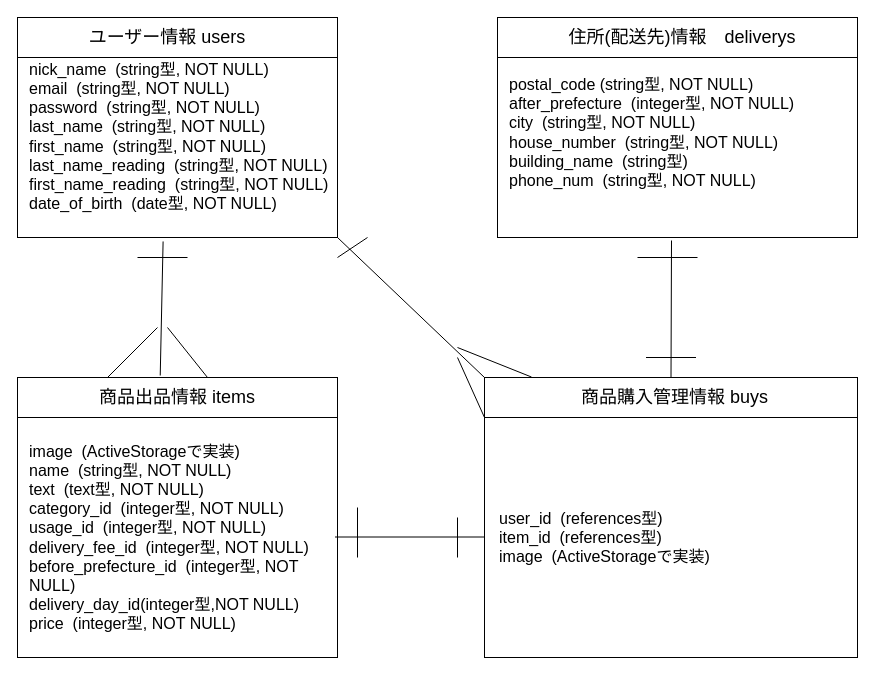
Earlier version of the draw.io diagram furima.dio (kittan-hub/furima-31661). Source tidied: cells renumbered, new cells numbered last; positions are measured from the earlier drawing's top-left corner, leaving out a move shared by most shapes. Both pictures are drawn from the tidied source at 100%, with x=0, y=0 at pixel (17, 17).
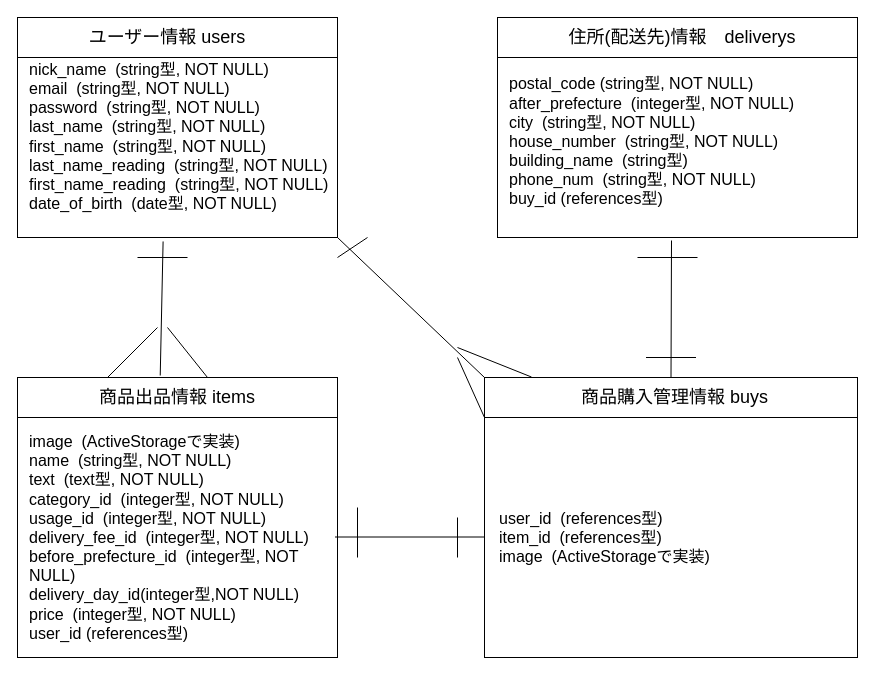
After the change.

Commit message (it also covers changes not shown here):
DB設計のER図とREADMEの修正

Diff of the diagram source:
```diff
@@
-    <mxCell id="9" value="postal_code (string型, NOT NULL)&lt;br&gt;after_prefecture&amp;nbsp; (integer型, NOT NULL)&lt;br&gt;city&amp;nbsp; (string型, NOT NULL)&lt;br&gt;house_number&amp;nbsp; (string型, NOT NULL)&lt;br&gt;building_name&amp;nbsp; (string型)&lt;br&gt;phone_num&amp;nbsp; (string型, NOT NULL)" style="text;html=1;strokeColor=none;fillColor=none;align=left;verticalAlign=middle;whiteSpace=wrap;rounded=0;fontSize=16;" parent="1" vertex="1">
-      <mxGeometry x="490" y="40" width="340" height="150" as="geometry" />
+    <mxCell id="9" value="postal_code (string型, NOT NULL)&lt;br&gt;after_prefecture&amp;nbsp; (integer型, NOT NULL)&lt;br&gt;city&amp;nbsp; (string型, NOT NULL)&lt;br&gt;house_number&amp;nbsp; (string型, NOT NULL)&lt;br&gt;building_name&amp;nbsp; (string型)&lt;br&gt;phone_num&amp;nbsp; (string型, NOT NULL)&lt;br&gt;buy_id (references型)" style="text;html=1;strokeColor=none;fillColor=none;align=left;verticalAlign=middle;whiteSpace=wrap;rounded=0;fontSize=16;" parent="1" vertex="1">
+      <mxGeometry x="490" y="49" width="340" height="150" as="geometry" />
     </mxCell>
@@
-    <mxCell id="16" value="image&amp;nbsp; (ActiveStorageで実装)&lt;br&gt;name&amp;nbsp; (string型, NOT NULL)&lt;br&gt;text&amp;nbsp; (text型, NOT NULL)&lt;br&gt;category_id&amp;nbsp; (integer型, NOT NULL)&lt;br&gt;usage_id&amp;nbsp; (integer型, NOT NULL)&lt;br&gt;delivery_fee_id&amp;nbsp; (integer型, NOT NULL)&lt;br&gt;before_prefecture_id&amp;nbsp; (integer型, NOT NULL)&lt;br&gt;delivery_day_id(integer型,NOT NULL)&lt;br&gt;price&amp;nbsp; (integer型, NOT NULL)" style="text;html=1;strokeColor=none;fillColor=none;align=left;verticalAlign=middle;whiteSpace=wrap;rounded=0;fontSize=16;" parent="1" vertex="1">
+    <mxCell id="16" value="image&amp;nbsp; (ActiveStorageで実装)&lt;br&gt;name&amp;nbsp; (string型, NOT NULL)&lt;br&gt;text&amp;nbsp; (text型, NOT NULL)&lt;br&gt;category_id&amp;nbsp; (integer型, NOT NULL)&lt;br&gt;usage_id&amp;nbsp; (integer型, NOT NULL)&lt;br&gt;delivery_fee_id&amp;nbsp; (integer型, NOT NULL)&lt;br&gt;before_prefecture_id&amp;nbsp; (integer型, NOT NULL)&lt;br&gt;delivery_day_id(integer型,NOT NULL)&lt;br&gt;price&amp;nbsp; (integer型, NOT NULL)&lt;br&gt;user_id (references型)" style="text;html=1;strokeColor=none;fillColor=none;align=left;verticalAlign=middle;whiteSpace=wrap;rounded=0;fontSize=16;" parent="1" vertex="1">
       <mxGeometry x="10" y="400" width="300" height="240" as="geometry" />
     </mxCell>
```
